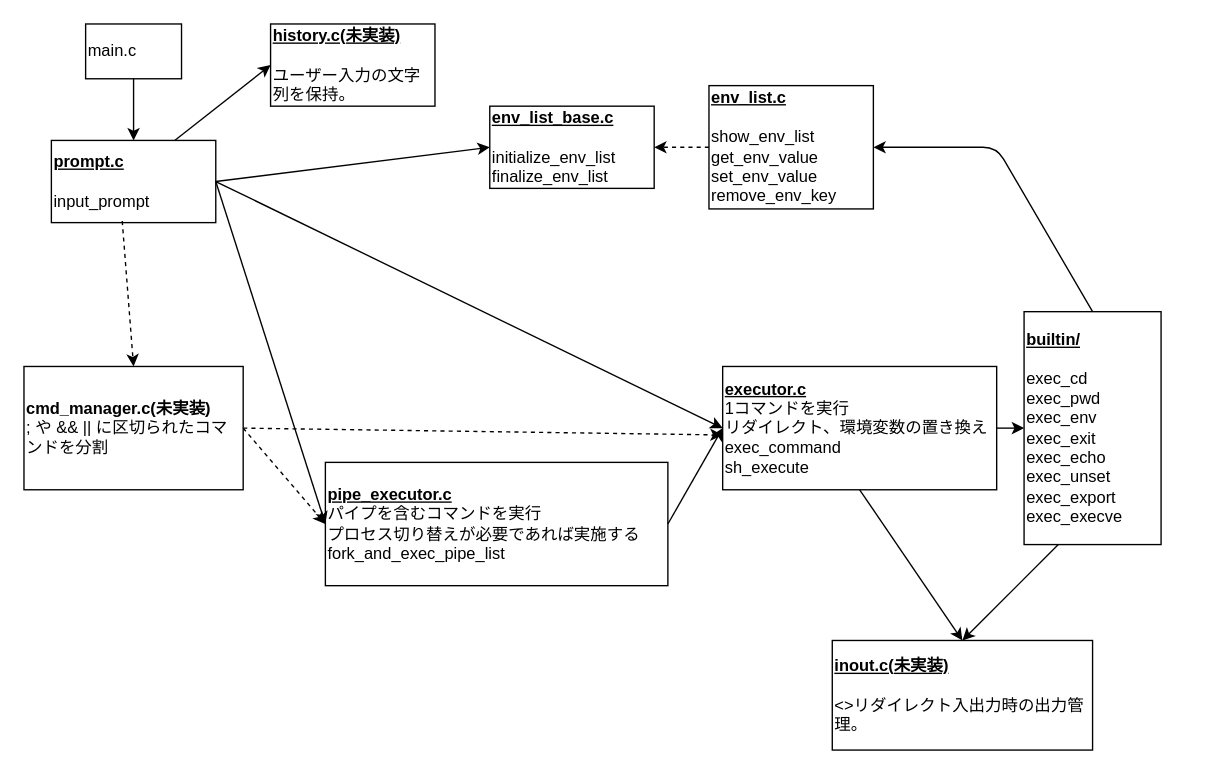
This is page "クラス図" (3 of 3) of diagram.drawio from Toshiki-Nakamura/minishell, a draw.io file, before an edit. Source tidied: cells renumbered, new cells numbered last; positions are measured from the earlier drawing's top-left corner, leaving out a move shared by most shapes. Both pictures are drawn from the tidied source at 137%, with x=0, y=0 at pixel (23, 23).
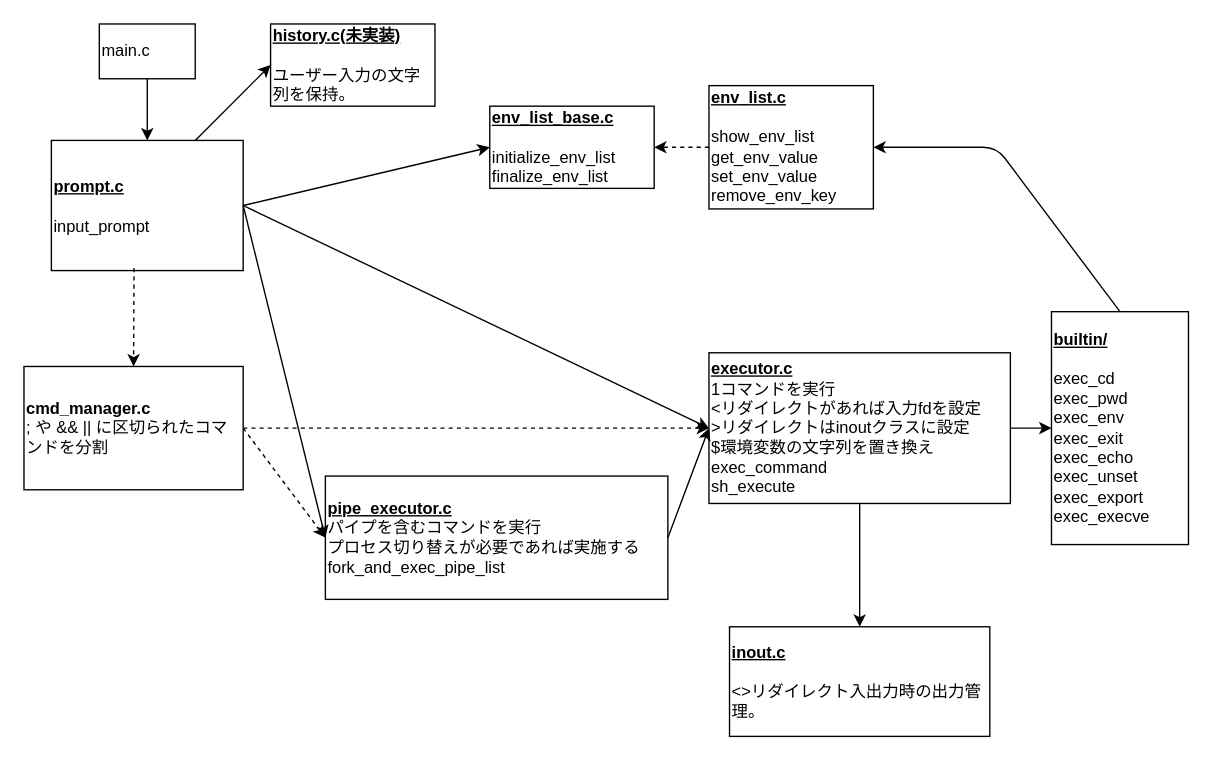
The same diagram, later.

Commit message (it also covers changes not shown here):
fix inout redirect functions.

The edit, as a diff of the source:
```diff
@@
     <mxCell id="2" value="&lt;b&gt;&lt;u&gt;prompt.c&lt;/u&gt;&lt;/b&gt;&lt;br&gt;&lt;br&gt;input_prompt" style="rounded=0;whiteSpace=wrap;html=1;align=left;" parent="1" vertex="1">
-      <mxGeometry x="20" y="85" width="120" height="60" as="geometry" />
+      <mxGeometry x="20" y="85" width="140" height="95" as="geometry" />
     </mxCell>
@@
     <mxCell id="4" value="main.c" style="rounded=0;whiteSpace=wrap;html=1;align=left;" parent="1" vertex="1">
-      <mxGeometry x="45" width="70" height="40" as="geometry" />
+      <mxGeometry x="55" width="70" height="40" as="geometry" />
     </mxCell>
@@
     <mxCell id="7" value="&lt;b&gt;&lt;u&gt;pipe_executor.c&lt;/u&gt;&lt;/b&gt;&lt;br&gt;パイプを含むコマンドを実行&lt;br&gt;プロセス切り替えが必要であれば実施する&lt;br&gt;fork_and_exec_pipe_list" style="rounded=0;whiteSpace=wrap;html=1;align=left;" parent="1" vertex="1">
-      <mxGeometry x="220" y="320" width="250" height="90" as="geometry" />
+      <mxGeometry x="220" y="330" width="250" height="90" as="geometry" />
     </mxCell>
@@
-    <mxCell id="9" value="&lt;b&gt;&lt;u&gt;executor.c&lt;br&gt;&lt;/u&gt;&lt;/b&gt;1コマンドを実行&lt;br&gt;リダイレクト、環境変数の置き換え&lt;br&gt;exec_command&lt;br&gt;sh_execute" style="rounded=0;whiteSpace=wrap;html=1;align=left;" parent="1" vertex="1">
-      <mxGeometry x="510" y="250" width="200" height="90" as="geometry" />
+    <mxCell id="9" value="&lt;b&gt;&lt;u&gt;executor.c&lt;br&gt;&lt;/u&gt;&lt;/b&gt;1コマンドを実行&lt;br&gt;&amp;lt;リダイレクトがあれば入力fdを設定&lt;br&gt;&amp;gt;リダイレクトはinoutクラスに設定&lt;br&gt;$環境変数の文字列を置き換え&lt;br&gt;exec_command&lt;br&gt;sh_execute" style="rounded=0;whiteSpace=wrap;html=1;align=left;" parent="1" vertex="1">
+      <mxGeometry x="500" y="240" width="220" height="110" as="geometry" />
     </mxCell>
@@
     <mxCell id="11" value="&lt;b&gt;&lt;u&gt;builtin/&lt;/u&gt;&lt;/b&gt;&lt;br&gt;&lt;br&gt;exec_cd&lt;br&gt;exec_pwd&lt;br&gt;exec_env&lt;br&gt;exec_exit&lt;br&gt;exec_echo&lt;br&gt;exec_unset&lt;br&gt;exec_export&lt;br&gt;exec_execve" style="rounded=0;whiteSpace=wrap;html=1;align=left;" parent="1" vertex="1">
-      <mxGeometry x="730" y="210" width="100" height="170" as="geometry" />
+      <mxGeometry x="750" y="210" width="100" height="170" as="geometry" />
     </mxCell>
@@
-    <mxCell id="13" value="&lt;b&gt;&lt;u&gt;inout.c(未実装)&lt;/u&gt;&lt;/b&gt;&lt;br&gt;&lt;br&gt;&amp;lt;&amp;gt;リダイレクト入出力時の出力管理。" style="rounded=0;whiteSpace=wrap;html=1;align=left;" parent="1" vertex="1">
-      <mxGeometry x="590" y="450" width="190" height="80" as="geometry" />
+    <mxCell id="13" value="&lt;b&gt;&lt;u&gt;inout.c&lt;/u&gt;&lt;/b&gt;&lt;br&gt;&lt;br&gt;&amp;lt;&amp;gt;リダイレクト入出力時の出力管理。" style="rounded=0;whiteSpace=wrap;html=1;align=left;" parent="1" vertex="1">
+      <mxGeometry x="515" y="440" width="190" height="80" as="geometry" />
     </mxCell>
@@
-    <mxCell id="15" style="endArrow=classic;html=1;entryX=0.5;entryY=0;entryDx=0;entryDy=0;exitX=0.25;exitY=1;exitDx=0;exitDy=0;" parent="1" edge="1" source="11" target="13">
-      <mxGeometry relative="1" as="geometry" />
-    </mxCell>
@@
-    <mxCell id="19" value="&lt;b&gt;cmd_manager.c(未実装)&lt;/b&gt;&lt;br&gt;; や &amp;amp;&amp;amp; || に区切られたコマンドを分割" style="rounded=0;whiteSpace=wrap;html=1;align=left;" parent="1" vertex="1">
+    <mxCell id="19" value="&lt;b&gt;cmd_manager.c&lt;/b&gt;&lt;br&gt;; や &amp;amp;&amp;amp; || に区切られたコマンドを分割" style="rounded=0;whiteSpace=wrap;html=1;align=left;" parent="1" vertex="1">
       <mxGeometry y="250" width="160" height="90" as="geometry" />
     </mxCell>
@@
-    <mxCell id="25" style="endArrow=classic;html=1;dashed=1;exitX=1;exitY=0.5;exitDx=0;exitDy=0;" parent="1" edge="1" source="19">
-      <mxGeometry relative="1" as="geometry">
-        <mxPoint x="510" y="300" as="targetPoint" />
-      </mxGeometry>
+    <mxCell id="25" style="endArrow=classic;html=1;dashed=1;exitX=1;exitY=0.5;exitDx=0;exitDy=0;entryX=0;entryY=0.5;entryDx=0;entryDy=0;" parent="1" edge="1" source="19" target="9">
+      <mxGeometry relative="1" as="geometry" />
     </mxCell>
```
